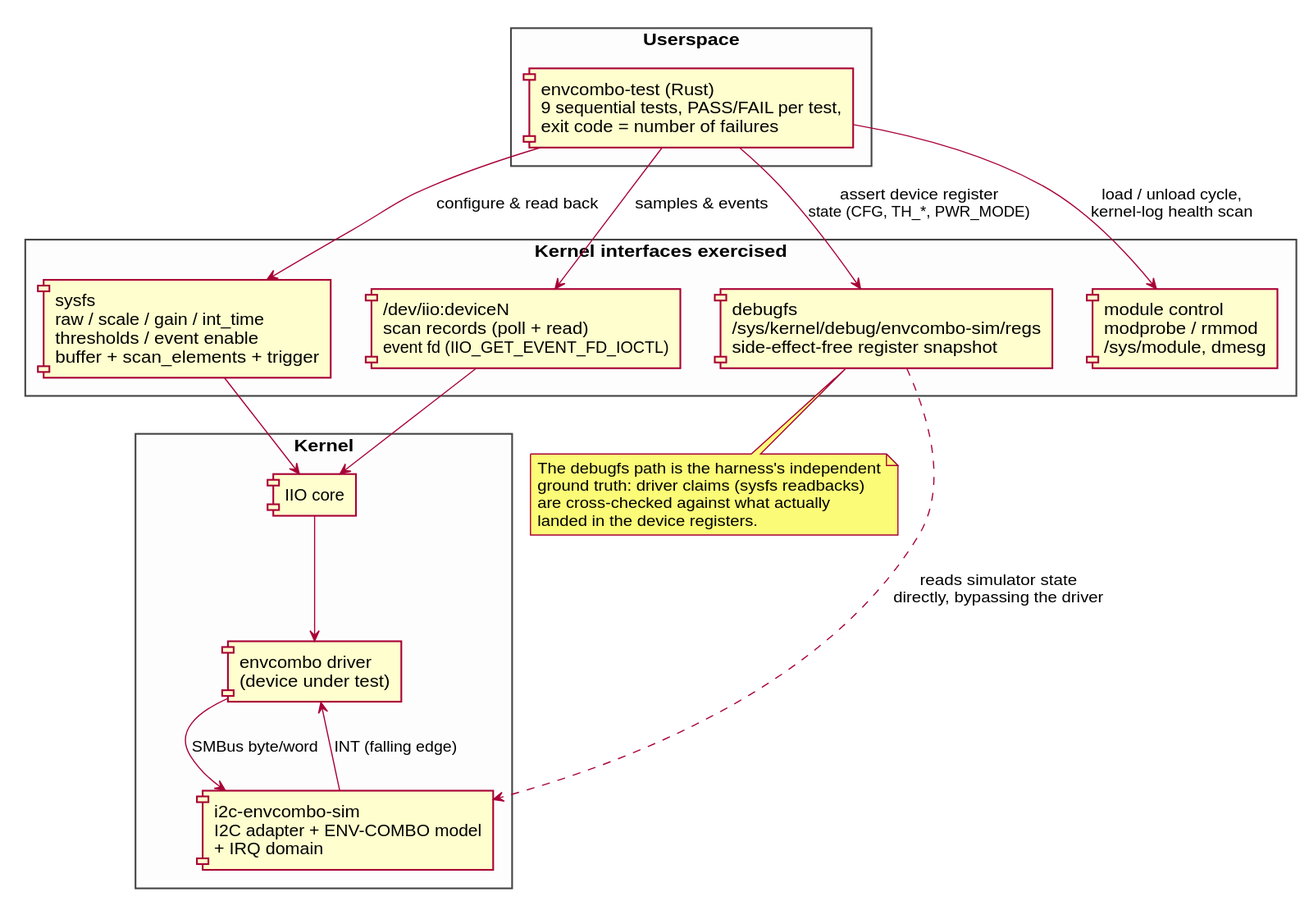
Before: docs/diagrams/svg/test-stack.svg, a diagram exported from PlantUML (giltabibian/NanitComboSensor). Its diagram source:
```plantuml
@startuml test-stack
skinparam componentStyle rectangle
skinparam shadowing false
skinparam defaultFontName Helvetica
skinparam rectangle {
  BackgroundColor #FDFDFD
  BorderColor #444444
}

rectangle "Userspace" as US {
  component "envcombo-test (Rust)\n9 sequential tests, PASS/FAIL per test,\nexit code = number of failures" as TEST
}

rectangle "Kernel interfaces exercised" as IF {
  component "sysfs\nraw / scale / gain / int_time\nthresholds / event enable\nbuffer + scan_elements + trigger" as SYSFS
  component "/dev/iio:deviceN\nscan records (poll + read)\nevent fd (IIO_GET_EVENT_FD_IOCTL)" as CHRDEV
  component "debugfs\n/sys/kernel/debug/envcombo-sim/regs\nside-effect-free register snapshot" as DBGFS
  component "module control\nmodprobe / rmmod\n/sys/module, dmesg" as MOD
}

rectangle "Kernel" as K {
  component "IIO core" as IIO
  component "envcombo driver\n(device under test)" as DRV
  component "i2c-envcombo-sim\nI2C adapter + ENV-COMBO model\n+ IRQ domain" as SIM
}

TEST --> SYSFS : configure & read back
TEST --> CHRDEV : samples & events
TEST --> DBGFS : assert device register\nstate (CFG, TH_*, PWR_MODE)
TEST --> MOD : load / unload cycle,\nkernel-log health scan

SYSFS --> IIO
CHRDEV --> IIO
IIO --> DRV
DRV --> SIM : SMBus byte/word
SIM --> DRV : INT (falling edge)
DBGFS ..> SIM : reads simulator state\ndirectly, bypassing the driver

note bottom of DBGFS
  The debugfs path is the harness's independent
  ground truth: driver claims (sysfs readbacks)
  are cross-checked against what actually
  landed in the device registers.
end note
@enduml
```
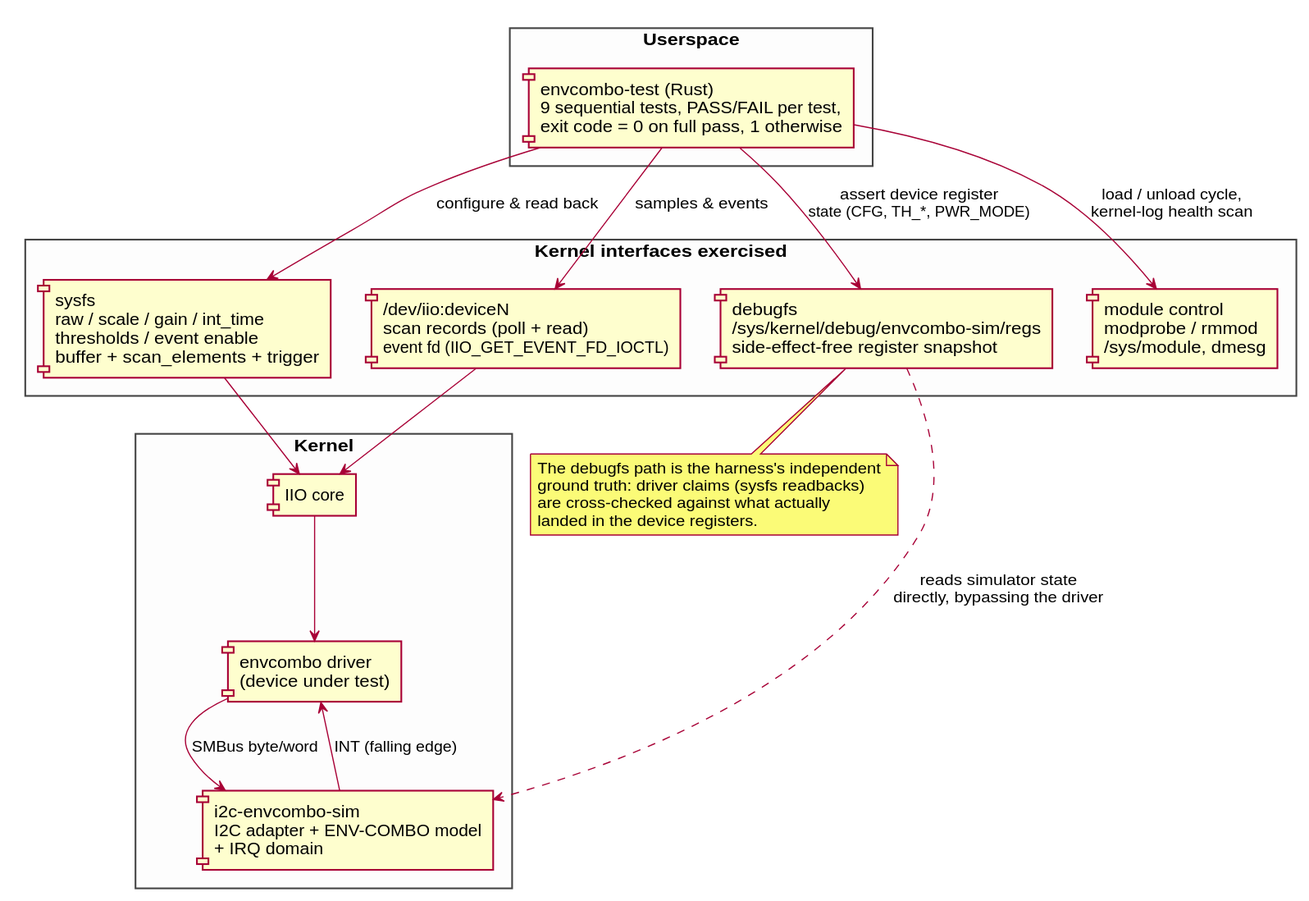
After the change.

Change to the diagram source:
```diff
@@ -8,7 +8,7 @@
 }
 
 rectangle "Userspace" as US {
-  component "envcombo-test (Rust)\n9 sequential tests, PASS/FAIL per test,\nexit code = number of failures" as TEST
+  component "envcombo-test (Rust)\n9 sequential tests, PASS/FAIL per test,\nexit code = 0 on full pass, 1 otherwise" as TEST
 }
 
 rectangle "Kernel interfaces exercised" as IF {
```
